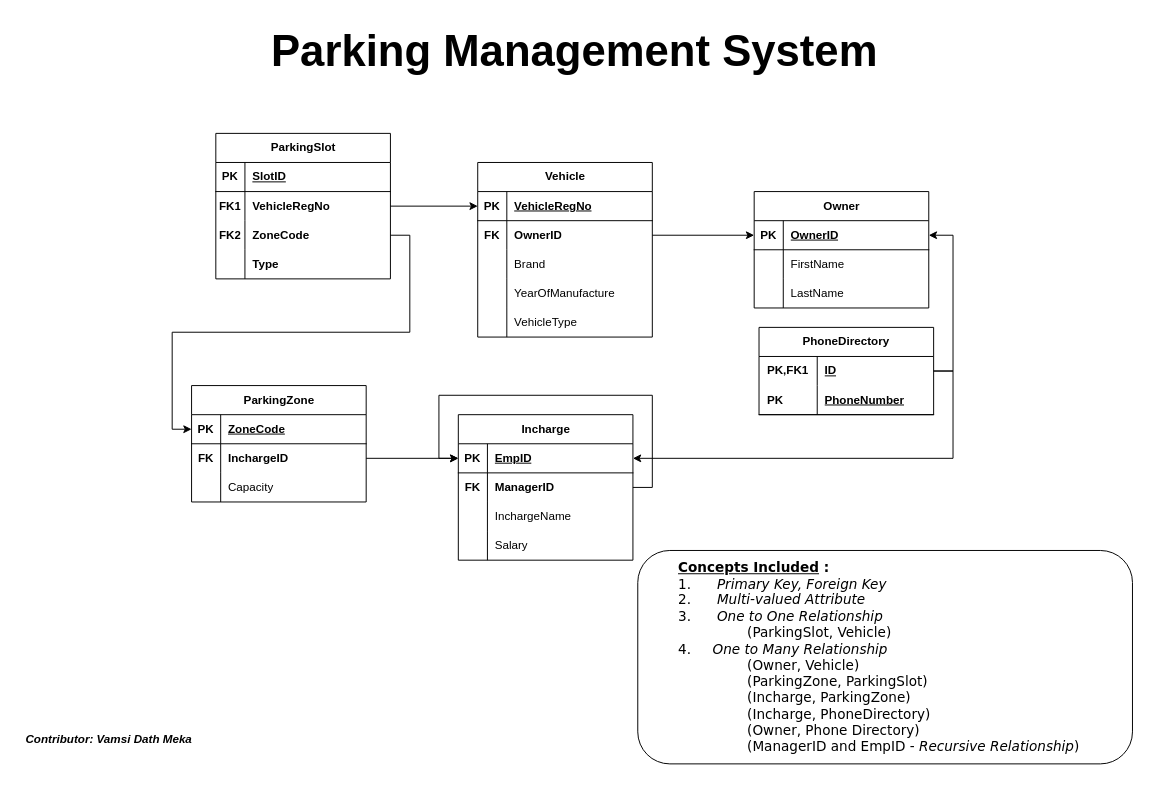
The draw.io diagram Relational_Schema.drawio in Vamsi-Dath/Parking_Management_System, before the edit. Source tidied: cells renumbered, new cells numbered last; positions are measured from the earlier drawing's top-left corner, leaving out a move shared by most shapes. Both pictures are drawn from the tidied source at 97%, with x=0, y=0 at pixel (16, 16).
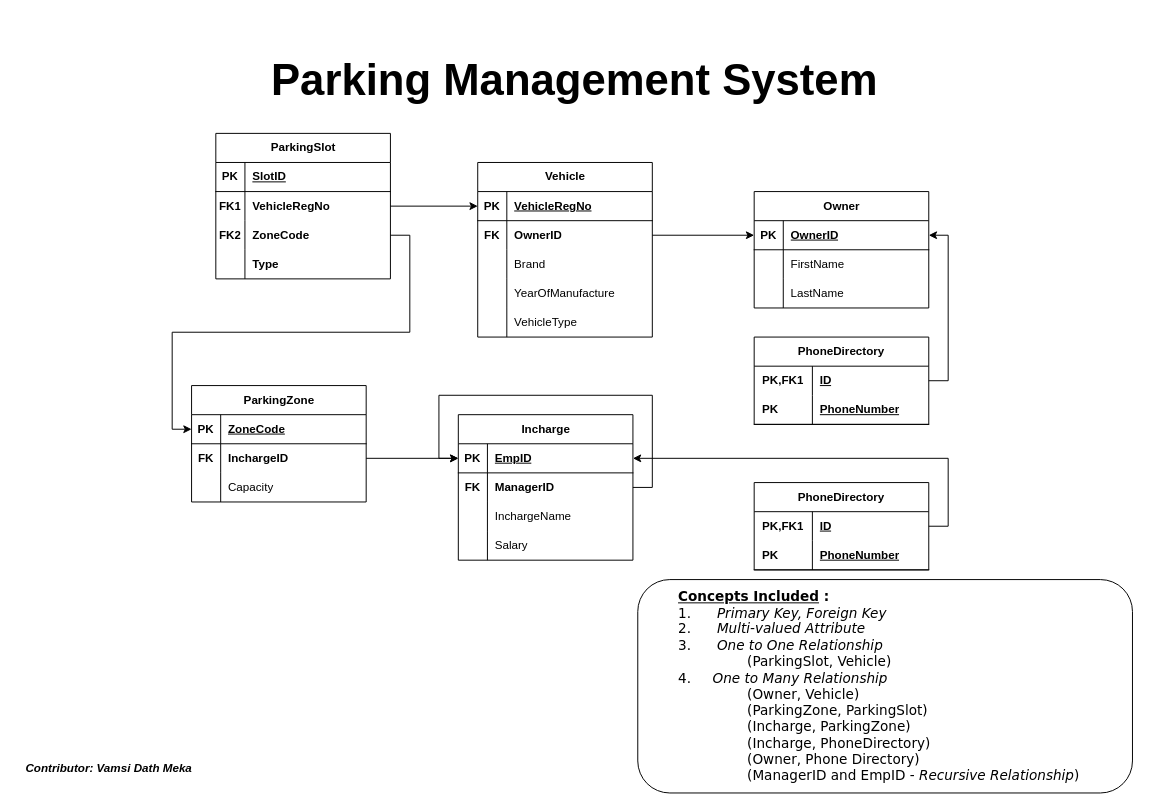
After the change.

Commit message (it also covers changes not shown here):
Modified relational schema

The change refers to these unchanged cells:
```xml
<mxCell id="59" style="shape=tableRow;horizontal=0;startSize=0;swimlaneHead=0;swimlaneBody=0;fillColor=none;points=[[0,0.5],[1,0.5]];portConstraint=eastwest;top=0;left=0;right=0;bottom=1;" parent="58" vertex="1">
  <mxGeometry y="30" width="180" height="30" as="geometry" />
</mxCell>
<mxCell id="71" style="shape=tableRow;horizontal=0;startSize=0;swimlaneHead=0;swimlaneBody=0;fillColor=none;points=[[0,0.5],[1,0.5]];portConstraint=eastwest;top=0;left=0;right=0;bottom=0;html=1;" parent="70" vertex="1">
  <mxGeometry y="30" width="180" height="30" as="geometry" />
</mxCell>
```

What changed in the source:
```diff
@@
     <mxCell id="69" value="&lt;b&gt;&lt;font style=&quot;font-size: 45px;&quot;&gt;Parking Management System&lt;/font&gt;&lt;/b&gt;" style="text;strokeColor=none;align=center;fillColor=none;html=1;verticalAlign=middle;whiteSpace=wrap;rounded=0;" parent="1" vertex="1">
-      <mxGeometry x="235" width="680" height="70" as="geometry" />
+      <mxGeometry x="235" y="30" width="680" height="70" as="geometry" />
     </mxCell>
     <mxCell id="70" value="PhoneDirectory" style="shape=table;startSize=30;childLayout=tableLayout;rowLines=0;fontStyle=1;align=center;html=1;whiteSpace=wrap;" parent="1" vertex="1">
-      <mxGeometry x="765" y="320" width="180" height="90" as="geometry" />
+      <mxGeometry x="760" y="480" width="180" height="90" as="geometry" />
     </mxCell>
@@
-    <mxCell id="77" style="edgeStyle=orthogonalEdgeStyle;rounded=0;jettySize=auto;html=1;exitX=1;exitY=0.5;exitDx=0;exitDy=0;entryX=1;entryY=0.5;entryDx=0;entryDy=0;" parent="1" edge="1" source="71" target="59">
-      <mxGeometry relative="1" as="geometry" />
-    </mxCell>
@@
     <mxCell id="79" value="&lt;blockquote style=&quot;margin: 0 0 0 40px; border: none; padding: 0px;&quot;&gt;&lt;b style=&quot;font-size: 14px; background-color: initial;&quot;&gt;&lt;font face=&quot;Verdana&quot;&gt;&lt;u&gt;Concepts Included&lt;/u&gt; :&lt;/font&gt;&lt;/b&gt;&lt;font face=&quot;Verdana&quot;&gt;&lt;span style=&quot;font-size: 14px;&quot;&gt;&lt;b&gt;&lt;br&gt;&lt;/b&gt;&lt;/span&gt;&lt;/font&gt;&lt;span style=&quot;font-size: 14px; font-family: Verdana; background-color: initial;&quot;&gt;1.&lt;span style=&quot;white-space: pre;&quot;&gt;&#9;&lt;/span&gt; &lt;i&gt;Primary Key, Foreign Key&lt;/i&gt;&lt;br&gt;&lt;/span&gt;&lt;span style=&quot;font-size: 14px; font-family: Verdana; background-color: initial;&quot;&gt;2.&lt;span style=&quot;white-space: pre;&quot;&gt;&#9;&lt;/span&gt; &lt;i&gt;Multi-valued Attribute&lt;/i&gt;&lt;/span&gt;&lt;/blockquote&gt;&lt;blockquote style=&quot;margin: 0 0 0 40px; border: none; padding: 0px;&quot;&gt;&lt;span style=&quot;font-size: 14px; font-family: Verdana; background-color: initial;&quot;&gt;3.&lt;span style=&quot;white-space: pre;&quot;&gt;&#9;&lt;/span&gt; &lt;i&gt;One to One Relationship&lt;/i&gt;&lt;/span&gt;&lt;/blockquote&gt;&lt;blockquote style=&quot;margin: 0 0 0 40px; border: none; padding: 0px;&quot;&gt;&lt;span style=&quot;font-size: 14px; font-family: Verdana; background-color: initial;&quot;&gt;&lt;span style=&quot;white-space: pre;&quot;&gt;&#9;&lt;/span&gt;&lt;span style=&quot;white-space: pre;&quot;&gt;&#9;&lt;/span&gt;(ParkingSlot, Vehicle)&lt;br&gt;&lt;/span&gt;&lt;span style=&quot;font-size: 14px; font-family: Verdana; background-color: initial;&quot;&gt;4. &lt;span style=&quot;white-space: pre;&quot;&gt;&#9;&lt;/span&gt;&lt;i&gt;One to Many Relationship&lt;/i&gt;&lt;/span&gt;&lt;div style=&quot;&quot;&gt;&lt;font style=&quot;font-size: 14px;&quot; face=&quot;Verdana&quot;&gt;&lt;span style=&quot;white-space: pre;&quot;&gt;&#9;&lt;/span&gt;&lt;span style=&quot;white-space: pre;&quot;&gt;&#9;&lt;/span&gt;(Owner, Vehicle)&lt;/font&gt;&lt;/div&gt;&lt;div style=&quot;&quot;&gt;&lt;font style=&quot;font-size: 14px;&quot; face=&quot;Verdana&quot;&gt;&lt;span style=&quot;white-space: pre;&quot;&gt;&#9;&lt;/span&gt;&lt;span style=&quot;white-space: pre;&quot;&gt;&#9;&lt;/span&gt;(ParkingZone, ParkingSlot)&lt;/font&gt;&lt;/div&gt;&lt;div style=&quot;&quot;&gt;&lt;font style=&quot;font-size: 14px;&quot; face=&quot;Verdana&quot;&gt;&lt;span style=&quot;white-space: pre;&quot;&gt;&#9;&lt;/span&gt;&lt;span style=&quot;white-space: pre;&quot;&gt;&#9;&lt;/span&gt;(Incharge, ParkingZone)&lt;/font&gt;&lt;/div&gt;&lt;div style=&quot;&quot;&gt;&lt;font style=&quot;font-size: 14px;&quot; face=&quot;Verdana&quot;&gt;&lt;span style=&quot;white-space: pre;&quot;&gt;&#9;&lt;/span&gt;&lt;span style=&quot;white-space: pre;&quot;&gt;&#9;&lt;/span&gt;(Incharge, PhoneDirectory)&lt;/font&gt;&lt;/div&gt;&lt;div style=&quot;&quot;&gt;&lt;font style=&quot;font-size: 14px;&quot; face=&quot;Verdana&quot;&gt;&lt;span style=&quot;white-space: pre;&quot;&gt;&#9;&lt;/span&gt;&lt;span style=&quot;white-space: pre;&quot;&gt;&#9;&lt;/span&gt;(Owner, Phone Directory)&lt;/font&gt;&lt;/div&gt;&lt;div style=&quot;&quot;&gt;&lt;font style=&quot;font-size: 14px;&quot; face=&quot;Verdana&quot;&gt;&lt;span style=&quot;white-space: pre;&quot;&gt;&#9;&lt;/span&gt;&lt;span style=&quot;white-space: pre;&quot;&gt;&#9;&lt;/span&gt;(ManagerID and EmpID - &lt;i&gt;Recursive Relationship&lt;/i&gt;)&lt;/font&gt;&lt;/div&gt;&lt;/blockquote&gt;" style="rounded=1;whiteSpace=wrap;html=1;align=left;" parent="1" vertex="1">
-      <mxGeometry x="640" y="550" width="510" height="220" as="geometry" />
+      <mxGeometry x="640" y="580" width="510" height="220" as="geometry" />
     </mxCell>
     <mxCell id="80" value="Contributor: Vamsi Dath Meka" style="text;strokeColor=none;align=center;fillColor=none;html=1;verticalAlign=middle;whiteSpace=wrap;rounded=0;fontStyle=3;" parent="1" vertex="1">
-      <mxGeometry y="730" width="190" height="30" as="geometry" />
+      <mxGeometry y="760" width="190" height="30" as="geometry" />
     </mxCell>
+    <mxCell id="81" value="PhoneDirectory" style="shape=table;startSize=30;childLayout=tableLayout;rowLines=0;fontStyle=1;align=center;html=1;whiteSpace=wrap;" parent="1" vertex="1">
+      <mxGeometry x="760" y="330" width="180" height="90" as="geometry" />
+    </mxCell>
+    <mxCell id="82" style="shape=tableRow;horizontal=0;startSize=0;swimlaneHead=0;swimlaneBody=0;fillColor=none;points=[[0,0.5],[1,0.5]];portConstraint=eastwest;top=0;left=0;right=0;bottom=0;html=1;" parent="81" vertex="1">
+      <mxGeometry y="30" width="180" height="30" as="geometry" />
+    </mxCell>
+    <mxCell id="83" value="PK,FK1" style="shape=partialRectangle;fillColor=none;top=0;left=0;bottom=0;right=0;fontStyle=1;overflow=hidden;html=1;whiteSpace=wrap;" parent="82" vertex="1">
+      <mxGeometry width="60" height="30" as="geometry" />
+    </mxCell>
+    <mxCell id="84" value="ID" style="shape=partialRectangle;fillColor=none;top=0;left=0;bottom=0;right=0;align=left;spacingLeft=6;fontStyle=5;overflow=hidden;html=1;whiteSpace=wrap;" parent="82" vertex="1">
+      <mxGeometry x="60" width="120" height="30" as="geometry" />
+    </mxCell>
+    <mxCell id="85" style="shape=tableRow;horizontal=0;startSize=0;swimlaneHead=0;swimlaneBody=0;fillColor=none;top=0;left=0;right=0;bottom=1;html=1;" parent="81" vertex="1">
+      <mxGeometry y="60" width="180" height="30" as="geometry" />
+    </mxCell>
+    <mxCell id="86" value="&amp;nbsp; PK" style="shape=partialRectangle;fillColor=none;top=0;left=0;bottom=0;right=0;fontStyle=1;overflow=hidden;html=1;whiteSpace=wrap;align=left;" parent="85" vertex="1">
+      <mxGeometry width="60" height="30" as="geometry" />
+    </mxCell>
+    <mxCell id="87" value="PhoneNumber" style="shape=partialRectangle;fillColor=none;top=0;left=0;bottom=0;right=0;align=left;spacingLeft=6;fontStyle=5;overflow=hidden;html=1;whiteSpace=wrap;" parent="85" vertex="1">
+      <mxGeometry x="60" width="120" height="30" as="geometry" />
+    </mxCell>
+    <mxCell id="88" style="edgeStyle=orthogonalEdgeStyle;rounded=0;jettySize=auto;html=1;exitX=1;exitY=0.5;exitDx=0;exitDy=0;entryX=1;entryY=0.5;entryDx=0;entryDy=0;" parent="1" edge="1" source="82" target="59">
+      <mxGeometry relative="1" as="geometry" />
+    </mxCell>
```
